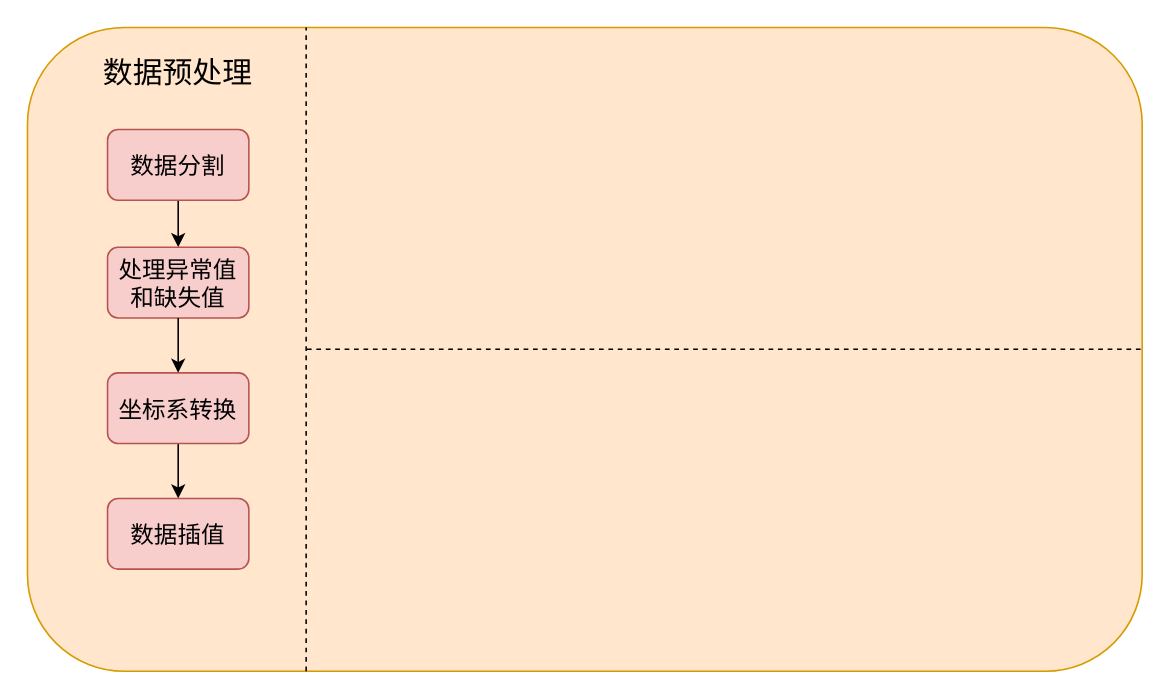
The draw.io diagram 无人机轨迹预测流程图.drawio in night-god-7158/diagram-, before the edit. Source tidied: cells renumbered, new cells numbered last; positions are measured from the earlier drawing's top-left corner, leaving out a move shared by most shapes. Both pictures are drawn from the tidied source at 157%, with x=0, y=0 at pixel (27, 27).
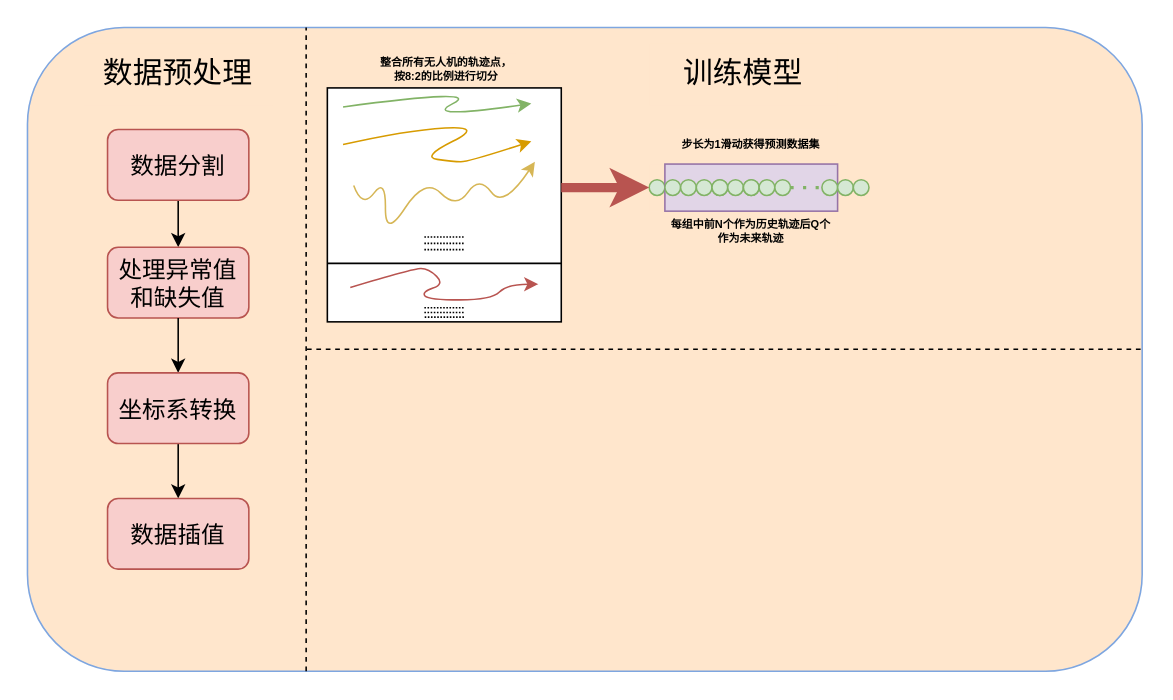
The same page after the edit.

Commit message:
更新无人机轨迹预测流程图.drawio

Diff of the diagram source:
```diff
@@
-    <mxCell id="2" style="rounded=1;whiteSpace=wrap;html=1;fillColor=#ffe6cc;strokeColor=#d79b00;" parent="1" vertex="1">
+    <mxCell id="2" style="rounded=1;whiteSpace=wrap;html=1;fillColor=#ffe6cc;strokeColor=#7EA6E0;" parent="1" vertex="1">
       <mxGeometry width="710" height="410" as="geometry" />
     </mxCell>
@@
+    <mxCell id="13" value="训练模型" style="rounded=0;whiteSpace=wrap;html=1;strokeColor=none;fillColor=#ffe6cc;fontSize=19;" parent="1" vertex="1">
+      <mxGeometry x="396" y="10" width="120" height="40" as="geometry" />
+    </mxCell>
+    <mxCell id="14" style="rounded=0;whiteSpace=wrap;html=1;strokeColor=none;fillColor=#ffe6cc;" parent="1" vertex="1">
+      <mxGeometry x="396" y="87" width="80" height="30" as="geometry" />
+    </mxCell>
+    <mxCell id="15" style="ellipse;whiteSpace=wrap;html=1;fillColor=#d5e8d4;strokeColor=#82b366;" parent="1" vertex="1">
+      <mxGeometry x="396" y="97" width="10" height="10" as="geometry" />
+    </mxCell>
+    <mxCell id="16" style="rounded=0;whiteSpace=wrap;html=1;strokeColor=#9673a6;fillColor=#e1d5e7;" parent="1" vertex="1">
+      <mxGeometry x="406" y="87" width="110" height="30" as="geometry" />
+    </mxCell>
+    <mxCell id="17" style="ellipse;whiteSpace=wrap;html=1;fillColor=#d5e8d4;strokeColor=#82b366;" parent="1" vertex="1">
+      <mxGeometry x="406" y="97" width="10" height="10" as="geometry" />
+    </mxCell>
+    <mxCell id="18" style="ellipse;whiteSpace=wrap;html=1;fillColor=#d5e8d4;strokeColor=#82b366;" parent="1" vertex="1">
+      <mxGeometry x="416" y="97" width="10" height="10" as="geometry" />
+    </mxCell>
+    <mxCell id="19" style="ellipse;whiteSpace=wrap;html=1;fillColor=#d5e8d4;strokeColor=#82b366;" parent="1" vertex="1">
+      <mxGeometry x="426" y="97" width="10" height="10" as="geometry" />
+    </mxCell>
+    <mxCell id="20" style="ellipse;whiteSpace=wrap;html=1;fillColor=#d5e8d4;strokeColor=#82b366;" parent="1" vertex="1">
+      <mxGeometry x="436" y="97" width="10" height="10" as="geometry" />
+    </mxCell>
+    <mxCell id="21" style="ellipse;whiteSpace=wrap;html=1;fillColor=#d5e8d4;strokeColor=#82b366;" parent="1" vertex="1">
+      <mxGeometry x="436" y="97" width="10" height="10" as="geometry" />
+    </mxCell>
+    <mxCell id="22" style="ellipse;whiteSpace=wrap;html=1;fillColor=#d5e8d4;strokeColor=#82b366;" parent="1" vertex="1">
+      <mxGeometry x="446" y="97" width="10" height="10" as="geometry" />
+    </mxCell>
+    <mxCell id="23" style="ellipse;whiteSpace=wrap;html=1;fillColor=#d5e8d4;strokeColor=#82b366;" parent="1" vertex="1">
+      <mxGeometry x="456" y="97" width="10" height="10" as="geometry" />
+    </mxCell>
+    <mxCell id="24" style="ellipse;whiteSpace=wrap;html=1;fillColor=#d5e8d4;strokeColor=#82b366;" parent="1" vertex="1">
+      <mxGeometry x="456" y="97" width="10" height="10" as="geometry" />
+    </mxCell>
+    <mxCell id="25" style="ellipse;whiteSpace=wrap;html=1;direction=south;fillColor=#d5e8d4;strokeColor=#82b366;" parent="1" vertex="1">
+      <mxGeometry x="466" y="97" width="10" height="10" as="geometry" />
+    </mxCell>
+    <mxCell id="26" style="ellipse;whiteSpace=wrap;html=1;fillColor=#d5e8d4;strokeColor=#82b366;" parent="1" vertex="1">
+      <mxGeometry x="476" y="97" width="10" height="10" as="geometry" />
+    </mxCell>
+    <mxCell id="27" value="步长为1滑动获得预测数据集" style="rounded=0;whiteSpace=wrap;html=1;fontSize=7;fillColor=#ffe6cc;strokeColor=none;fontStyle=1;" parent="1" vertex="1">
+      <mxGeometry x="412.2" y="65" width="97.5" height="20" as="geometry" />
+    </mxCell>
+    <mxCell id="28" style="endArrow=none;dashed=1;html=1;dashPattern=1 3;strokeWidth=2;rounded=0;exitX=1;exitY=0.5;exitDx=0;exitDy=0;entryX=0.5;entryY=1;entryDx=0;entryDy=0;fillColor=#d5e8d4;strokeColor=#82b366;" parent="1" edge="1" source="26" target="29">
+      <mxGeometry relative="1" as="geometry" />
+    </mxCell>
+    <mxCell id="29" style="ellipse;whiteSpace=wrap;html=1;direction=south;fillColor=#d5e8d4;strokeColor=#82b366;" parent="1" vertex="1">
+      <mxGeometry x="506" y="97" width="10" height="10" as="geometry" />
+    </mxCell>
+    <mxCell id="30" style="ellipse;whiteSpace=wrap;html=1;direction=south;fillColor=#d5e8d4;strokeColor=#82b366;" parent="1" vertex="1">
+      <mxGeometry x="516" y="97" width="10" height="10" as="geometry" />
+    </mxCell>
+    <mxCell id="31" style="ellipse;whiteSpace=wrap;html=1;direction=south;fillColor=#d5e8d4;strokeColor=#82b366;" parent="1" vertex="1">
+      <mxGeometry x="526" y="97" width="10" height="10" as="geometry" />
+    </mxCell>
+    <mxCell id="32" value="每组中前N个作为历史轨迹后Q个作为未来轨迹" style="rounded=0;whiteSpace=wrap;html=1;fontSize=7;fillColor=#ffe6cc;strokeColor=none;fontStyle=1;" parent="1" vertex="1">
+      <mxGeometry x="406" y="120" width="110" height="20" as="geometry" />
+    </mxCell>
+    <mxCell id="33" style="whiteSpace=wrap;html=1;" parent="1" vertex="1">
+      <mxGeometry x="191" y="38.5" width="149" height="149" as="geometry" />
+    </mxCell>
+    <mxCell id="34" value="整合所有无人机的轨迹点，按8:2的比例进行切分" style="rounded=0;whiteSpace=wrap;html=1;fontSize=7;fillColor=#ffe6cc;strokeColor=none;fontStyle=1;" parent="1" vertex="1">
+      <mxGeometry x="223" y="16.5" width="88" height="20" as="geometry" />
+    </mxCell>
+    <mxCell id="35" style="curved=1;endArrow=classic;html=1;rounded=0;exitX=0.001;exitY=0.148;exitDx=0;exitDy=0;exitPerimeter=0;fillColor=#d5e8d4;strokeColor=#82b366;" parent="1" edge="1">
+      <mxGeometry relative="1" as="geometry">
+        <mxPoint x="201" y="50.6" as="sourcePoint" />
+        <mxPoint x="320.9" y="48.5" as="targetPoint" />
+        <Array as="points">
+          <mxPoint x="290.9" y="38.5" />
+          <mxPoint x="250.9" y="58.5" />
+        </Array>
+      </mxGeometry>
+    </mxCell>
+    <mxCell id="36" style="curved=1;endArrow=classic;html=1;rounded=0;exitX=0.001;exitY=0.148;exitDx=0;exitDy=0;exitPerimeter=0;fillColor=#ffe6cc;strokeColor=#d79b00;" parent="1" edge="1">
+      <mxGeometry relative="1" as="geometry">
+        <mxPoint x="201" y="74.6" as="sourcePoint" />
+        <mxPoint x="320.9" y="72.5" as="targetPoint" />
+        <Array as="points">
+          <mxPoint x="241" y="65.5" />
+          <mxPoint x="290.9" y="62.5" />
+          <mxPoint x="250.9" y="82.5" />
+          <mxPoint x="271" y="85.5" />
+          <mxPoint x="281" y="85.5" />
+        </Array>
+      </mxGeometry>
+    </mxCell>
+    <mxCell id="37" style="curved=1;endArrow=classic;html=1;rounded=0;exitX=0.001;exitY=0.148;exitDx=0;exitDy=0;exitPerimeter=0;fillColor=#fff2cc;strokeColor=#d6b656;" parent="1" edge="1">
+      <mxGeometry relative="1" as="geometry">
+        <mxPoint x="207.8" y="100.6" as="sourcePoint" />
+        <mxPoint x="323.2" y="85.5" as="targetPoint" />
+        <Array as="points">
+          <mxPoint x="213.2" y="115.5" />
+          <mxPoint x="228.2" y="95.5" />
+          <mxPoint x="227.8" y="134.5" />
+          <mxPoint x="253.2" y="95.5" />
+          <mxPoint x="273.2" y="115.5" />
+          <mxPoint x="287.8" y="94.5" />
+          <mxPoint x="303.2" y="115.5" />
+          <mxPoint x="323.2" y="85.5" />
+        </Array>
+      </mxGeometry>
+    </mxCell>
+    <mxCell id="38" style="endArrow=none;html=1;rounded=0;exitX=0;exitY=0.75;exitDx=0;exitDy=0;entryX=1;entryY=0.75;entryDx=0;entryDy=0;" parent="1" edge="1" source="33" target="33">
+      <mxGeometry relative="1" as="geometry" />
+    </mxCell>
+    <mxCell id="39" style="endArrow=none;dashed=1;html=1;rounded=0;dashPattern=1 1;" parent="1" edge="1">
+      <mxGeometry relative="1" as="geometry">
+        <mxPoint x="252.8" y="133.5" as="sourcePoint" />
+        <mxPoint x="278.2" y="133.5" as="targetPoint" />
+      </mxGeometry>
+    </mxCell>
+    <mxCell id="40" style="endArrow=none;dashed=1;html=1;rounded=0;dashPattern=1 1;" parent="1" edge="1">
+      <mxGeometry relative="1" as="geometry">
+        <mxPoint x="252.8" y="141.5" as="sourcePoint" />
+        <mxPoint x="278.2" y="141.5" as="targetPoint" />
+      </mxGeometry>
+    </mxCell>
+    <mxCell id="41" style="endArrow=none;dashed=1;html=1;rounded=0;dashPattern=1 1;" parent="1" edge="1">
+      <mxGeometry relative="1" as="geometry">
+        <mxPoint x="252.8" y="137.5" as="sourcePoint" />
+        <mxPoint x="278.2" y="137.5" as="targetPoint" />
+      </mxGeometry>
+    </mxCell>
+    <mxCell id="42" style="curved=1;endArrow=classic;html=1;rounded=0;exitX=0.001;exitY=0.148;exitDx=0;exitDy=0;exitPerimeter=0;fillColor=#f8cecc;strokeColor=#b85450;" parent="1" edge="1">
+      <mxGeometry relative="1" as="geometry">
+        <mxPoint x="205.6" y="165.6" as="sourcePoint" />
+        <mxPoint x="325.4" y="163.5" as="targetPoint" />
+        <Array as="points">
+          <mxPoint x="245.6" y="153.5" />
+          <mxPoint x="255.6" y="153.5" />
+          <mxPoint x="265.6" y="163.5" />
+          <mxPoint x="251" y="168.5" />
+          <mxPoint x="255.4" y="173.5" />
+          <mxPoint x="295.6" y="173.5" />
+          <mxPoint x="305.6" y="163.5" />
+        </Array>
+      </mxGeometry>
+    </mxCell>
+    <mxCell id="43" style="endArrow=none;dashed=1;html=1;rounded=0;dashPattern=1 1;" parent="1" edge="1">
+      <mxGeometry relative="1" as="geometry">
+        <mxPoint x="252.8" y="178.5" as="sourcePoint" />
+        <mxPoint x="278.2" y="178.5" as="targetPoint" />
+      </mxGeometry>
+    </mxCell>
+    <mxCell id="44" style="endArrow=none;dashed=1;html=1;rounded=0;dashPattern=1 1;" parent="1" edge="1">
+      <mxGeometry relative="1" as="geometry">
+        <mxPoint x="252.8" y="181.5" as="sourcePoint" />
+        <mxPoint x="278.2" y="181.5" as="targetPoint" />
+      </mxGeometry>
+    </mxCell>
+    <mxCell id="45" style="endArrow=none;dashed=1;html=1;rounded=0;dashPattern=1 1;" parent="1" edge="1">
+      <mxGeometry relative="1" as="geometry">
+        <mxPoint x="253" y="184.5" as="sourcePoint" />
+        <mxPoint x="278.5" y="184.5" as="targetPoint" />
+      </mxGeometry>
+    </mxCell>
+    <mxCell id="46" style="endArrow=classic;html=1;rounded=0;strokeWidth=6;entryX=0;entryY=0.5;entryDx=0;entryDy=0;curved=0;fillColor=#f8cecc;strokeColor=#b85450;" parent="1" edge="1" target="15">
+      <mxGeometry relative="1" as="geometry">
+        <mxPoint x="340" y="102" as="sourcePoint" />
+      </mxGeometry>
+    </mxCell>
```
